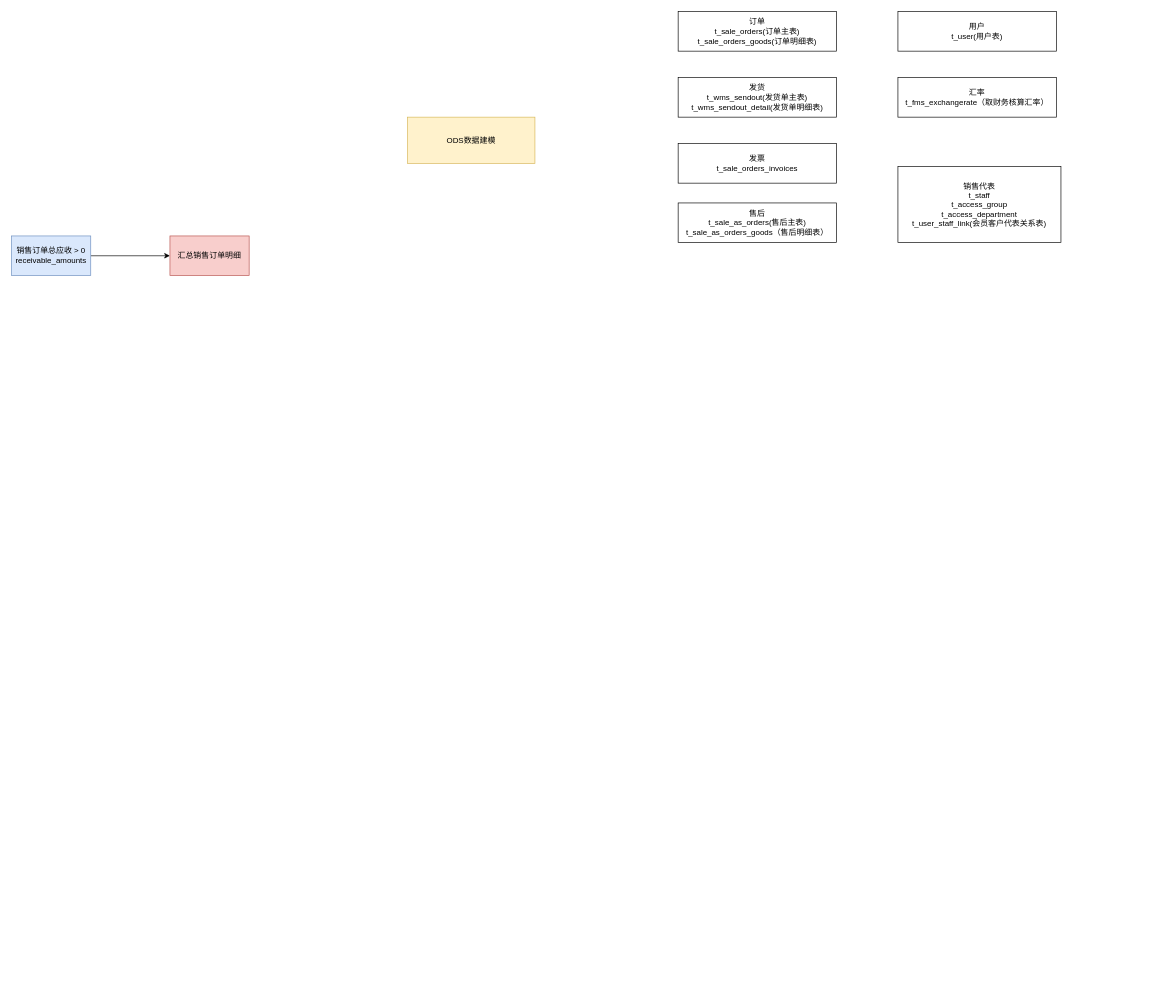
Before: 7620应收账款报表.drawio in HugBoomsj/draw, a draw.io diagram. Source tidied: cells renumbered, new cells numbered last; positions are measured from the earlier drawing's top-left corner, leaving out a move shared by most shapes. Both pictures are drawn from the tidied source at 66%, with x=0, y=0 at pixel (11, 11).
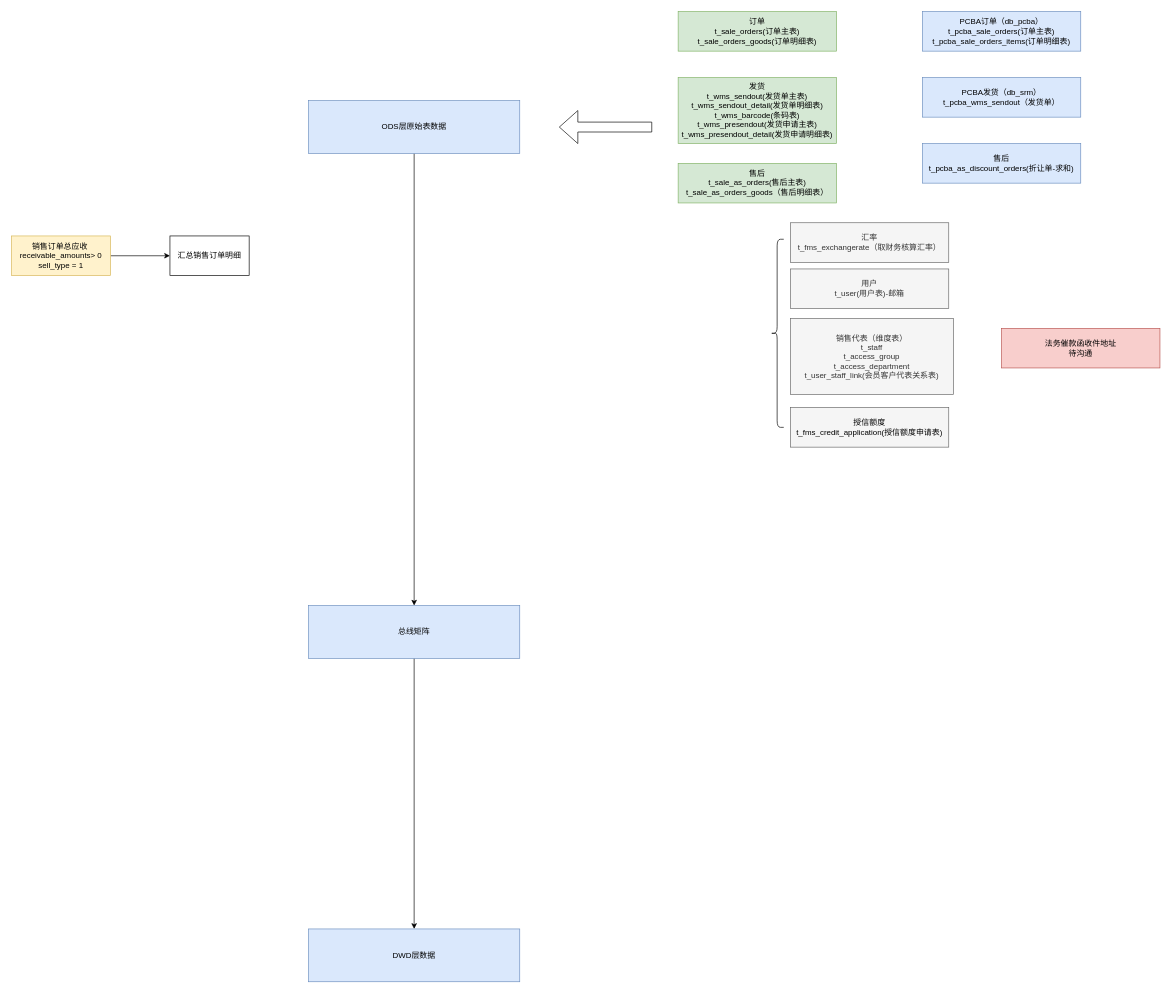
After the change.

Commit message:
Update 7620应收账款报表.drawio

Change to the diagram source:
```diff
@@
-    <mxCell id="3" value="销售订单总应收 &amp;gt; 0&lt;br&gt;receivable_amounts" style="rounded=0;whiteSpace=wrap;html=1;fillColor=#dae8fc;strokeColor=#6c8ebf;" parent="1" vertex="1">
-      <mxGeometry y="340" width="120" height="60" as="geometry" />
+    <mxCell id="3" value="销售订单总应收&amp;nbsp;&lt;br&gt;receivable_amounts&amp;gt; 0&lt;br&gt;sell_type = 1" style="rounded=0;whiteSpace=wrap;html=1;fillColor=#fff2cc;strokeColor=#d6b656;" parent="1" vertex="1">
+      <mxGeometry y="340" width="150" height="60" as="geometry" />
     </mxCell>
-    <mxCell id="4" value="汇总销售订单明细" style="rounded=0;whiteSpace=wrap;html=1;fillColor=#f8cecc;strokeColor=#b85450;" parent="1" vertex="1">
+    <mxCell id="4" value="汇总销售订单明细" style="rounded=0;whiteSpace=wrap;html=1;" parent="1" vertex="1">
       <mxGeometry x="240" y="340" width="120" height="60" as="geometry" />
     </mxCell>
-    <mxCell id="5" value="ODS数据建模" style="rounded=0;whiteSpace=wrap;html=1;fillColor=#fff2cc;strokeColor=#d6b656;" parent="1" vertex="1">
-      <mxGeometry x="600" y="160" width="193" height="70" as="geometry" />
-    </mxCell>
-    <mxCell id="6" value="订单&lt;br&gt;t_sale_orders(订单主表)&lt;br&gt;t_sale_orders_goods(订单明细表)" style="whiteSpace=wrap;html=1;rounded=0;" parent="1" vertex="1">
+    <mxCell id="6" value="订单&lt;br&gt;t_sale_orders(订单主表)&lt;br&gt;t_sale_orders_goods(订单明细表)" style="whiteSpace=wrap;html=1;rounded=0;fillColor=#d5e8d4;strokeColor=#82b366;" parent="1" vertex="1">
       <mxGeometry x="1010" width="240" height="60" as="geometry" />
     </mxCell>
-    <mxCell id="7" value="发货&lt;br&gt;t_wms_sendout(发货单主表)&lt;br&gt;t_wms_sendout_detail(发货单明细表)" style="whiteSpace=wrap;html=1;rounded=0;" parent="1" vertex="1">
-      <mxGeometry x="1010" y="100" width="240" height="60" as="geometry" />
+    <mxCell id="7" value="发货&lt;br&gt;t_wms_sendout(发货单主表)&lt;br&gt;t_wms_sendout_detail(发货单明细表)&lt;br&gt;t_wms_barcode(条码表)&lt;br&gt;t_wms_presendout(发货申请主表)&lt;br&gt;t_wms_presendout_detail(发货申请明细表)" style="whiteSpace=wrap;html=1;rounded=0;fillColor=#d5e8d4;strokeColor=#82b366;" parent="1" vertex="1">
+      <mxGeometry x="1010" y="100" width="240" height="100" as="geometry" />
     </mxCell>
-    <mxCell id="8" value="售后&lt;br&gt;t_sale_as_orders(售后主表)&lt;br&gt;t_sale_as_orders_goods（售后明细表）" style="whiteSpace=wrap;html=1;rounded=0;" parent="1" vertex="1">
-      <mxGeometry x="1010" y="290" width="240" height="60" as="geometry" />
+    <mxCell id="8" value="售后&lt;br&gt;t_sale_as_orders(售后主表)&lt;br&gt;t_sale_as_orders_goods（售后明细表）" style="whiteSpace=wrap;html=1;rounded=0;fillColor=#d5e8d4;strokeColor=#82b366;" parent="1" vertex="1">
+      <mxGeometry x="1010" y="230" width="240" height="60" as="geometry" />
     </mxCell>
-    <mxCell id="9" value="&lt;span style=&quot;text-align: left&quot;&gt;发票&lt;br&gt;t_sale_orders_invoices&lt;/span&gt;" style="whiteSpace=wrap;html=1;rounded=0;" parent="1" vertex="1">
-      <mxGeometry x="1010" y="200" width="240" height="60" as="geometry" />
-    </mxCell>
-    <mxCell id="10" value="用户&lt;br&gt;t_user(用户表)" style="whiteSpace=wrap;html=1;rounded=0;" parent="1" vertex="1">
-      <mxGeometry x="1343" width="240" height="60" as="geometry" />
+    <mxCell id="10" value="用户&lt;br&gt;t_user(用户表)-邮箱" style="whiteSpace=wrap;html=1;rounded=0;fillColor=#f5f5f5;strokeColor=#666666;fontColor=#333333;" parent="1" vertex="1">
+      <mxGeometry x="1180" y="390" width="240" height="60" as="geometry" />
     </mxCell>
-    <mxCell id="11" value="销售代表&lt;br&gt;t_staff&lt;br&gt;t_access_group&lt;br&gt;t_access_department&lt;br&gt;t_user_staff_link(会员客户代表关系表)" style="whiteSpace=wrap;html=1;rounded=0;" parent="1" vertex="1">
-      <mxGeometry x="1343" y="235" width="247" height="115" as="geometry" />
+    <mxCell id="11" value="销售代表（维度表）&lt;br&gt;t_staff&lt;br&gt;t_access_group&lt;br&gt;t_access_department&lt;br&gt;t_user_staff_link(会员客户代表关系表)" style="whiteSpace=wrap;html=1;rounded=0;fillColor=#f5f5f5;strokeColor=#666666;fontColor=#333333;" parent="1" vertex="1">
+      <mxGeometry x="1180" y="465" width="247" height="115" as="geometry" />
     </mxCell>
-    <mxCell id="12" value="汇率&lt;br&gt;t_fms_exchangerate（取财务核算汇率）" style="whiteSpace=wrap;html=1;rounded=0;" parent="1" vertex="1">
-      <mxGeometry x="1343" y="100" width="240" height="60" as="geometry" />
+    <mxCell id="12" value="汇率&lt;br&gt;t_fms_exchangerate（取财务核算汇率）" style="whiteSpace=wrap;html=1;rounded=0;fillColor=#f5f5f5;strokeColor=#666666;fontColor=#333333;" parent="1" vertex="1">
+      <mxGeometry x="1180" y="320" width="240" height="60" as="geometry" />
     </mxCell>
+    <mxCell id="13" style="edgeStyle=orthogonalEdgeStyle;rounded=0;jettySize=auto;html=1;exitX=0.5;exitY=1;exitDx=0;exitDy=0;" parent="1" edge="1" source="14" target="17">
+      <mxGeometry relative="1" as="geometry" />
+    </mxCell>
+    <mxCell id="14" value="ODS层原始表数据" style="rounded=0;whiteSpace=wrap;html=1;fillColor=#dae8fc;strokeColor=#6c8ebf;" parent="1" vertex="1">
+      <mxGeometry x="450" y="135" width="320" height="80" as="geometry" />
+    </mxCell>
+    <mxCell id="15" style="shape=singleArrow;direction=west;whiteSpace=wrap;html=1;" parent="1" vertex="1">
+      <mxGeometry x="830" y="150" width="140" height="50" as="geometry" />
+    </mxCell>
+    <mxCell id="16" style="edgeStyle=orthogonalEdgeStyle;rounded=0;jettySize=auto;html=1;" parent="1" edge="1" source="17" target="24">
+      <mxGeometry relative="1" as="geometry" />
+    </mxCell>
+    <mxCell id="17" value="总线矩阵" style="rounded=0;whiteSpace=wrap;html=1;fillColor=#dae8fc;strokeColor=#6c8ebf;" parent="1" vertex="1">
+      <mxGeometry x="450" y="900" width="320" height="80" as="geometry" />
+    </mxCell>
+    <mxCell id="18" value="法务催款函收件地址&lt;br&gt;待沟通" style="whiteSpace=wrap;html=1;rounded=0;fillColor=#f8cecc;strokeColor=#b85450;" parent="1" vertex="1">
+      <mxGeometry x="1500" y="480" width="240" height="60" as="geometry" />
+    </mxCell>
+    <mxCell id="19" value="PCBA订单（db_pcba）&lt;br&gt;t_pcba_sale_orders(订单主表)&lt;br&gt;t_pcba_sale_orders_items(订单明细表)" style="whiteSpace=wrap;html=1;rounded=0;fillColor=#dae8fc;strokeColor=#6c8ebf;" parent="1" vertex="1">
+      <mxGeometry x="1380" width="240" height="60" as="geometry" />
+    </mxCell>
+    <mxCell id="20" value="售后&lt;br&gt;t_pcba_as_discount_orders(折让单-求和)" style="whiteSpace=wrap;html=1;rounded=0;fillColor=#dae8fc;strokeColor=#6c8ebf;" parent="1" vertex="1">
+      <mxGeometry x="1380" y="200" width="240" height="60" as="geometry" />
+    </mxCell>
+    <mxCell id="21" value="PCBA发货（db_srm）&lt;br&gt;t_pcba_wms_sendout（发货单）" style="whiteSpace=wrap;html=1;rounded=0;fillColor=#dae8fc;strokeColor=#6c8ebf;" parent="1" vertex="1">
+      <mxGeometry x="1380" y="100" width="240" height="60" as="geometry" />
+    </mxCell>
+    <mxCell id="22" style="shape=curlyBracket;whiteSpace=wrap;html=1;rounded=1;" parent="1" vertex="1">
+      <mxGeometry x="1150" y="345" width="20" height="285" as="geometry" />
+    </mxCell>
+    <mxCell id="23" value="&lt;span style=&quot;color: rgb(0 , 0 , 0) ; text-align: left&quot;&gt;授信额度&lt;br&gt;&lt;/span&gt;&lt;span style=&quot;color: rgb(0 , 0 , 0) ; text-align: left&quot;&gt;t_fms_credit_application(授信额度申请表)&lt;/span&gt;" style="whiteSpace=wrap;html=1;rounded=0;fillColor=#f5f5f5;strokeColor=#666666;fontColor=#333333;" parent="1" vertex="1">
+      <mxGeometry x="1180" y="600" width="240" height="60" as="geometry" />
+    </mxCell>
+    <mxCell id="24" value="DWD层数据" style="rounded=0;whiteSpace=wrap;html=1;fillColor=#dae8fc;strokeColor=#6c8ebf;" parent="1" vertex="1">
+      <mxGeometry x="450" y="1390" width="320" height="80" as="geometry" />
+    </mxCell>
```
